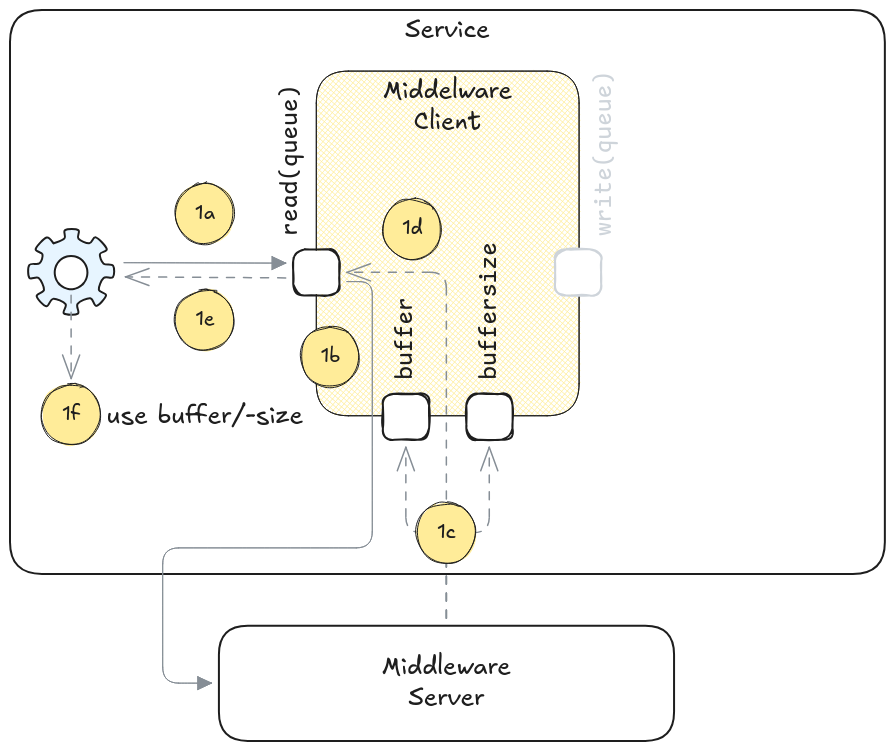
This is public/images/api-read.excalidraw.png from agebhar1/slides-opentelemetry-retrofit, a Excalidraw export, as it was before one commit. Source tidied: one line per element, renumbered; positions are measured from the earlier drawing's top-left corner, leaving out a move shared by most shapes. Source of this version:
```json
{"id": 0, "type": "rectangle", "strokeColor": "#1e1e1e", "strokeWidth": 2, "roughness": 0, "round": true, "x": 0, "y": 0, "width": 875, "height": 564}
{"id": 1, "type": "text", "text": "Service", "strokeColor": "#1e1e1e", "backgroundColor": "#e7f5ff", "fillStyle": "solid", "strokeWidth": 2, "roughness": 0, "fontSize": 24.97, "fontFamily": 5, "textAlign": "center", "inside": 0, "x": 395, "y": 5, "width": 85, "height": 31}
{"id": 2, "type": "line", "strokeColor": "#1e1e1e", "backgroundColor": "#e7f5ff", "fillStyle": "solid", "strokeWidth": 2, "roughness": 0, "round": true, "x": 44, "y": 233, "width": 84, "height": 84, "points": [[0, 0], [11, -5], [11, -13], [25, -13], [25, -5], [36, 0], [42, -6], [53, 6], [46, 11], [50, 20], [59, 22], [59, 34], [50, 35], [45, 46], [52, 52], [43, 63], [37, 55], [24, 60], [24, 70], [10, 70], [12, 61], [-1, 55], [-7, 63], [-17, 53], [-10, 47], [-15, 35], [-24, 35], [-24, 22], [-14, 20], [-11, 11], [-18, 6], [-7, -6], [0, 0]]}
{"id": 3, "type": "ellipse", "strokeColor": "#1e1e1e", "backgroundColor": "#ffffff", "fillStyle": "solid", "strokeWidth": 2, "roughness": 0, "round": true, "x": 45, "y": 246, "width": 33, "height": 33}
{"id": 4, "type": "rectangle", "strokeColor": "#1e1e1e", "backgroundColor": "#ffec99", "fillStyle": "cross-hatch", "strokeWidth": 1, "roughness": 0, "round": true, "x": 306, "y": 61, "width": 263, "height": 345}
{"id": 5, "type": "text", "text": "Middelware\nClient", "strokeColor": "#1e1e1e", "backgroundColor": "#e7f5ff", "fillStyle": "solid", "strokeWidth": 2, "roughness": 0, "fontSize": 24.97, "fontFamily": 5, "textAlign": "center", "inside": 4, "x": 373, "y": 66, "width": 129, "height": 62}
{"id": 6, "type": "rectangle", "strokeColor": "#1e1e1e", "strokeWidth": 2, "roughness": 0, "round": true, "x": 209, "y": 616, "width": 455, "height": 115}
{"id": 7, "type": "text", "text": "Middleware\nServer", "strokeColor": "#1e1e1e", "backgroundColor": "#e7f5ff", "fillStyle": "solid", "strokeWidth": 2, "roughness": 0, "fontSize": 24.97, "fontFamily": 5, "textAlign": "center", "verticalAlign": "middle", "inside": 6, "x": 372, "y": 642, "width": 129, "height": 62}
{"id": 8, "type": "rectangle", "strokeColor": "#1e1e1e", "backgroundColor": "#ffffff", "fillStyle": "solid", "strokeWidth": 2, "roughness": 1, "round": true, "x": 283, "y": 239, "width": 46, "height": 46}
{"id": 9, "type": "rectangle", "strokeColor": "#1e1e1e", "backgroundColor": "#ffffff", "fillStyle": "solid", "strokeWidth": 2, "roughness": 1, "round": true, "x": 373, "y": 384, "width": 46, "height": 46}
{"id": 10, "type": "text", "text": "read(queue)", "strokeColor": "#1e1e1e", "angle": 4.71, "strokeWidth": 2, "roughness": 1, "fontSize": 24.97, "fontFamily": 8, "x": 205, "y": 135, "width": 151, "height": 31}
{"id": 11, "type": "text", "text": "write(queue)", "strokeColor": "#ced4da", "angle": 4.71, "strokeWidth": 2, "roughness": 1, "fontSize": 24.97, "fontFamily": 8, "x": 513, "y": 128, "width": 165, "height": 31}
{"id": 12, "type": "rectangle", "strokeColor": "#1e1e1e", "backgroundColor": "#ffffff", "fillStyle": "solid", "strokeWidth": 2, "roughness": 1, "round": true, "x": 456, "y": 384, "width": 46, "height": 46}
{"id": 13, "type": "rectangle", "strokeColor": "#ced4da", "backgroundColor": "#ffffff", "fillStyle": "solid", "strokeWidth": 2, "roughness": 1, "round": true, "x": 545, "y": 239, "width": 46, "height": 46}
{"id": 14, "type": "text", "text": "buffer", "strokeColor": "#1e1e1e", "angle": 4.71, "strokeWidth": 2, "roughness": 1, "fontSize": 24.97, "fontFamily": 8, "x": 355, "y": 313, "width": 82, "height": 31}
{"id": 15, "type": "text", "text": "buffersize", "strokeColor": "#1e1e1e", "angle": 4.71, "strokeWidth": 2, "roughness": 1, "fontSize": 24.97, "fontFamily": 8, "x": 411, "y": 286, "width": 137, "height": 31}
{"id": 16, "type": "arrow", "strokeColor": "#868e96", "strokeWidth": 1, "roughness": 0, "endArrowhead": "triangle", "to": 8, "x": 114, "y": 253, "width": 162, "height": 0, "points": [[0, 0], [162, 0]]}
{"id": 17, "type": "ellipse", "strokeColor": "#1e1e1e", "backgroundColor": "#ffec99", "fillStyle": "solid", "strokeWidth": 1, "roughness": 1, "round": true, "x": 166, "y": 173, "width": 59, "height": 61}
{"id": 18, "type": "text", "text": "1a", "strokeColor": "#1e1e1e", "backgroundColor": "#ffec99", "fillStyle": "solid", "strokeWidth": 1, "roughness": 0, "fontSize": 19.97, "fontFamily": 5, "textAlign": "center", "verticalAlign": "middle", "inside": 17, "x": 185, "y": 191, "width": 20, "height": 25}
{"id": 19, "type": "arrow", "strokeColor": "#868e96", "strokeWidth": 1, "roughness": 0, "endArrowhead": "triangle", "from": 8, "to": 6, "x": 337, "y": 272, "width": 210, "height": 402, "points": [[0, 0], [25, 0], [25, 266], [-184, 266], [-184, 402], [-135, 402]]}
{"id": 20, "type": "arrow", "strokeColor": "#868e96", "strokeWidth": 1, "strokeStyle": "dashed", "roughness": 0, "endArrowhead": "arrow", "from": 6, "to": 9, "x": 436, "y": 608, "width": 41, "height": 171, "points": [[0, 0], [0, -85], [-41, -85], [-41, -171]]}
{"id": 21, "type": "arrow", "strokeColor": "#868e96", "strokeWidth": 1, "strokeStyle": "dashed", "roughness": 0, "endArrowhead": "arrow", "from": 6, "to": 8, "x": 436, "y": 608, "width": 99, "height": 346, "points": [[0, 0], [0, -346], [-99, -346]]}
{"id": 22, "type": "arrow", "strokeColor": "#868e96", "strokeWidth": 1, "strokeStyle": "dashed", "roughness": 0, "endArrowhead": "arrow", "from": 6, "to": 12, "x": 436, "y": 608, "width": 43, "height": 171, "points": [[0, 0], [0, -85], [43, -85], [43, -171]]}
{"id": 23, "type": "ellipse", "strokeColor": "#1e1e1e", "backgroundColor": "#ffec99", "fillStyle": "solid", "strokeWidth": 1, "roughness": 1, "round": true, "x": 407, "y": 493, "width": 59, "height": 61}
{"id": 24, "type": "text", "text": "1c", "strokeColor": "#1e1e1e", "backgroundColor": "#ffec99", "fillStyle": "solid", "strokeWidth": 1, "roughness": 0, "fontSize": 19.97, "fontFamily": 5, "textAlign": "center", "verticalAlign": "middle", "inside": 23, "x": 427, "y": 511, "width": 19, "height": 25}
{"id": 25, "type": "ellipse", "strokeColor": "#1e1e1e", "backgroundColor": "#ffec99", "fillStyle": "solid", "strokeWidth": 1, "roughness": 1, "round": true, "x": 291, "y": 316, "width": 59, "height": 61}
{"id": 26, "type": "text", "text": "1b", "strokeColor": "#1e1e1e", "backgroundColor": "#ffec99", "fillStyle": "solid", "strokeWidth": 1, "roughness": 0, "fontSize": 19.97, "fontFamily": 5, "textAlign": "center", "verticalAlign": "middle", "inside": 25, "x": 311, "y": 334, "width": 20, "height": 25}
{"id": 27, "type": "arrow", "strokeColor": "#868e96", "strokeWidth": 1, "strokeStyle": "dashed", "roughness": 0, "endArrowhead": "arrow", "from": 8, "x": 276, "y": 268, "width": 160, "height": 1, "points": [[0, 0], [-160, -1]]}
{"id": 28, "type": "ellipse", "strokeColor": "#1e1e1e", "backgroundColor": "#ffec99", "fillStyle": "solid", "strokeWidth": 1, "roughness": 1, "round": true, "x": 166, "y": 279, "width": 59, "height": 61}
{"id": 29, "type": "text", "text": "1e", "strokeColor": "#1e1e1e", "backgroundColor": "#ffec99", "fillStyle": "solid", "strokeWidth": 1, "roughness": 0, "fontSize": 19.97, "fontFamily": 5, "textAlign": "center", "verticalAlign": "middle", "inside": 28, "x": 185, "y": 297, "width": 19, "height": 25}
{"id": 30, "type": "ellipse", "strokeColor": "#1e1e1e", "backgroundColor": "#ffec99", "fillStyle": "solid", "strokeWidth": 1, "roughness": 1, "round": true, "x": 373, "y": 188, "width": 59, "height": 61}
{"id": 31, "type": "text", "text": "1d", "strokeColor": "#1e1e1e", "backgroundColor": "#ffec99", "fillStyle": "solid", "strokeWidth": 1, "roughness": 0, "fontSize": 19.97, "fontFamily": 5, "textAlign": "center", "verticalAlign": "middle", "inside": 30, "x": 392, "y": 206, "width": 21, "height": 25}
{"id": 32, "type": "text", "text": "use buffer/-size", "strokeColor": "#1e1e1e", "strokeWidth": 1, "strokeStyle": "dashed", "roughness": 0, "fontSize": 24.97, "fontFamily": 5, "x": 97, "y": 391, "width": 196, "height": 31}
{"id": 33, "type": "ellipse", "strokeColor": "#1e1e1e", "backgroundColor": "#ffec99", "fillStyle": "solid", "strokeWidth": 1, "roughness": 1, "round": true, "x": 32, "y": 374, "width": 59, "height": 61}
{"id": 34, "type": "text", "text": "1f", "strokeColor": "#1e1e1e", "backgroundColor": "#ffec99", "fillStyle": "solid", "strokeWidth": 1, "roughness": 0, "fontSize": 19.97, "fontFamily": 5, "textAlign": "center", "verticalAlign": "middle", "inside": 33, "x": 52, "y": 392, "width": 18, "height": 25}
{"id": 35, "type": "arrow", "strokeColor": "#868e96", "strokeWidth": 1, "strokeStyle": "dashed", "roughness": 0, "endArrowhead": "arrow", "from": 3, "to": 33, "x": 61, "y": 285, "width": 0, "height": 83, "points": [[0, 0], [0, 83]]}
```
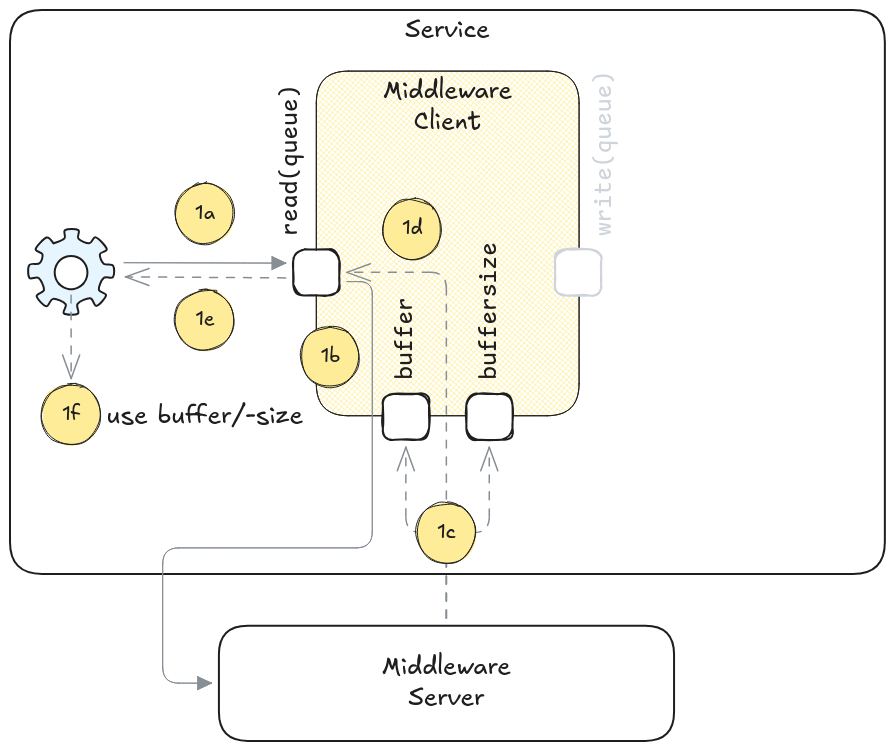
After the commit.

Diff of the diagram source:
```diff
@@ -3,7 +3,7 @@
 {"id": 2, "type": "line", "strokeColor": "#1e1e1e", "backgroundColor": "#e7f5ff", "fillStyle": "solid", "strokeWidth": 2, "roughness": 0, "round": true, "x": 44, "y": 233, "width": 84, "height": 84, "points": [[0, 0], [11, -5], [11, -13], [25, -13], [25, -5], [36, 0], [42, -6], [53, 6], [46, 11], [50, 20], [59, 22], [59, 34], [50, 35], [45, 46], [52, 52], [43, 63], [37, 55], [24, 60], [24, 70], [10, 70], [12, 61], [-1, 55], [-7, 63], [-17, 53], [-10, 47], [-15, 35], [-24, 35], [-24, 22], [-14, 20], [-11, 11], [-18, 6], [-7, -6], [0, 0]]}
 {"id": 3, "type": "ellipse", "strokeColor": "#1e1e1e", "backgroundColor": "#ffffff", "fillStyle": "solid", "strokeWidth": 2, "roughness": 0, "round": true, "x": 45, "y": 246, "width": 33, "height": 33}
 {"id": 4, "type": "rectangle", "strokeColor": "#1e1e1e", "backgroundColor": "#ffec99", "fillStyle": "cross-hatch", "strokeWidth": 1, "roughness": 0, "round": true, "x": 306, "y": 61, "width": 263, "height": 345}
-{"id": 5, "type": "text", "text": "Middelware\nClient", "strokeColor": "#1e1e1e", "backgroundColor": "#e7f5ff", "fillStyle": "solid", "strokeWidth": 2, "roughness": 0, "fontSize": 24.97, "fontFamily": 5, "textAlign": "center", "inside": 4, "x": 373, "y": 66, "width": 129, "height": 62}
+{"id": 5, "type": "text", "text": "Middleware\nClient", "strokeColor": "#1e1e1e", "backgroundColor": "#e7f5ff", "fillStyle": "solid", "strokeWidth": 2, "roughness": 0, "fontSize": 24.97, "fontFamily": 5, "textAlign": "center", "inside": 4, "x": 373, "y": 66, "width": 129, "height": 62}
 {"id": 6, "type": "rectangle", "strokeColor": "#1e1e1e", "strokeWidth": 2, "roughness": 0, "round": true, "x": 209, "y": 616, "width": 455, "height": 115}
 {"id": 7, "type": "text", "text": "Middleware\nServer", "strokeColor": "#1e1e1e", "backgroundColor": "#e7f5ff", "fillStyle": "solid", "strokeWidth": 2, "roughness": 0, "fontSize": 24.97, "fontFamily": 5, "textAlign": "center", "verticalAlign": "middle", "inside": 6, "x": 372, "y": 642, "width": 129, "height": 62}
 {"id": 8, "type": "rectangle", "strokeColor": "#1e1e1e", "backgroundColor": "#ffffff", "fillStyle": "solid", "strokeWidth": 2, "roughness": 1, "round": true, "x": 283, "y": 239, "width": 46, "height": 46}
```
